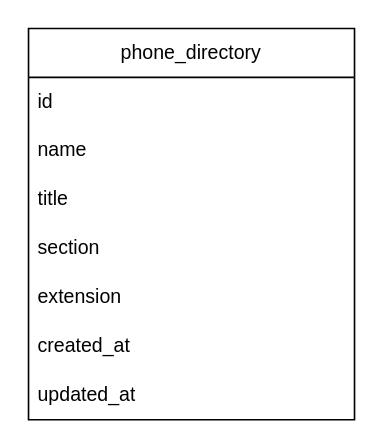
This is page "Phone Directory" (2 of 6) of Database Design.drawio from masterofpi11436/rrjweb, a draw.io file, before an edit. Source tidied: cells renumbered, new cells numbered last; positions are measured from the earlier drawing's top-left corner, leaving out a move shared by most shapes. Both pictures are drawn from the tidied source at 163%, with x=0, y=0 at pixel (28, 28).
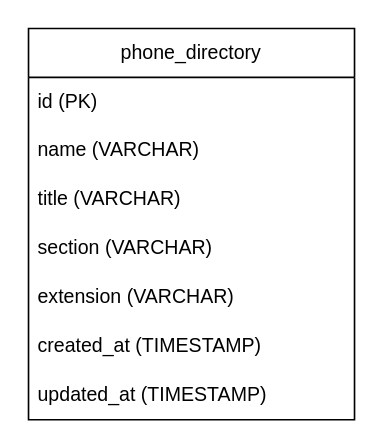
The same page after the edit.

The edit, as a diff of the source:
```diff
@@
 <mxGraphModel>
   <root>
     <mxCell id="0" />
     <mxCell id="1" parent="0" />
     <mxCell id="2" value="phone_directory" style="swimlane;fontStyle=0;horizontal=1;startSize=30;whiteSpace=wrap;html=1;" parent="1" vertex="1">
       <mxGeometry width="200" height="240" as="geometry" />
     </mxCell>
-    <mxCell id="3" value="id" style="text;strokeColor=none;fillColor=none;align=left;verticalAlign=middle;spacingLeft=4;spacingRight=4;overflow=hidden;whiteSpace=wrap;html=1;" parent="2" vertex="1">
+    <mxCell id="3" value="id (PK)" style="text;strokeColor=none;fillColor=none;align=left;verticalAlign=middle;spacingLeft=4;spacingRight=4;overflow=hidden;whiteSpace=wrap;html=1;" parent="2" vertex="1">
       <mxGeometry y="30" width="200" height="30" as="geometry" />
     </mxCell>
-    <mxCell id="4" value="name" style="text;strokeColor=none;fillColor=none;align=left;verticalAlign=middle;spacingLeft=4;spacingRight=4;overflow=hidden;whiteSpace=wrap;" parent="2" vertex="1">
+    <mxCell id="4" value="name (VARCHAR)" style="text;strokeColor=none;fillColor=none;align=left;verticalAlign=middle;spacingLeft=4;spacingRight=4;overflow=hidden;whiteSpace=wrap;" parent="2" vertex="1">
       <mxGeometry y="60" width="200" height="30" as="geometry" />
     </mxCell>
-    <mxCell id="5" value="title" style="text;strokeColor=none;fillColor=none;align=left;verticalAlign=middle;spacingLeft=4;spacingRight=4;overflow=hidden;whiteSpace=wrap;" parent="2" vertex="1">
+    <mxCell id="5" value="title (VARCHAR)" style="text;strokeColor=none;fillColor=none;align=left;verticalAlign=middle;spacingLeft=4;spacingRight=4;overflow=hidden;whiteSpace=wrap;" parent="2" vertex="1">
       <mxGeometry y="90" width="200" height="30" as="geometry" />
     </mxCell>
-    <mxCell id="6" value="section" style="text;strokeColor=none;fillColor=none;align=left;verticalAlign=middle;spacingLeft=4;spacingRight=4;overflow=hidden;whiteSpace=wrap;" parent="2" vertex="1">
+    <mxCell id="6" value="section (VARCHAR)" style="text;strokeColor=none;fillColor=none;align=left;verticalAlign=middle;spacingLeft=4;spacingRight=4;overflow=hidden;whiteSpace=wrap;fontStyle=0;" parent="2" vertex="1">
       <mxGeometry y="120" width="200" height="30" as="geometry" />
     </mxCell>
-    <mxCell id="7" value="extension" style="text;strokeColor=none;fillColor=none;align=left;verticalAlign=middle;spacingLeft=4;spacingRight=4;overflow=hidden;whiteSpace=wrap;" parent="2" vertex="1">
+    <mxCell id="7" value="extension (VARCHAR)" style="text;strokeColor=none;fillColor=none;align=left;verticalAlign=middle;spacingLeft=4;spacingRight=4;overflow=hidden;whiteSpace=wrap;" parent="2" vertex="1">
       <mxGeometry y="150" width="200" height="30" as="geometry" />
     </mxCell>
-    <mxCell id="8" value="created_at" style="text;strokeColor=none;fillColor=none;align=left;verticalAlign=middle;spacingLeft=4;spacingRight=4;overflow=hidden;whiteSpace=wrap;fontColor=default;" parent="2" vertex="1">
+    <mxCell id="8" value="created_at (TIMESTAMP)" style="text;strokeColor=none;fillColor=none;align=left;verticalAlign=middle;spacingLeft=4;spacingRight=4;overflow=hidden;whiteSpace=wrap;fontColor=default;" parent="2" vertex="1">
       <mxGeometry y="180" width="200" height="30" as="geometry" />
     </mxCell>
-    <mxCell id="9" value="updated_at" style="text;strokeColor=none;fillColor=none;align=left;verticalAlign=middle;spacingLeft=4;spacingRight=4;overflow=hidden;whiteSpace=wrap;fontColor=default;" parent="2" vertex="1">
+    <mxCell id="9" value="updated_at (TIMESTAMP)" style="text;strokeColor=none;fillColor=none;align=left;verticalAlign=middle;spacingLeft=4;spacingRight=4;overflow=hidden;whiteSpace=wrap;fontColor=default;" parent="2" vertex="1">
       <mxGeometry y="210" width="200" height="30" as="geometry" />
     </mxCell>
   </root>
 </mxGraphModel>
```
